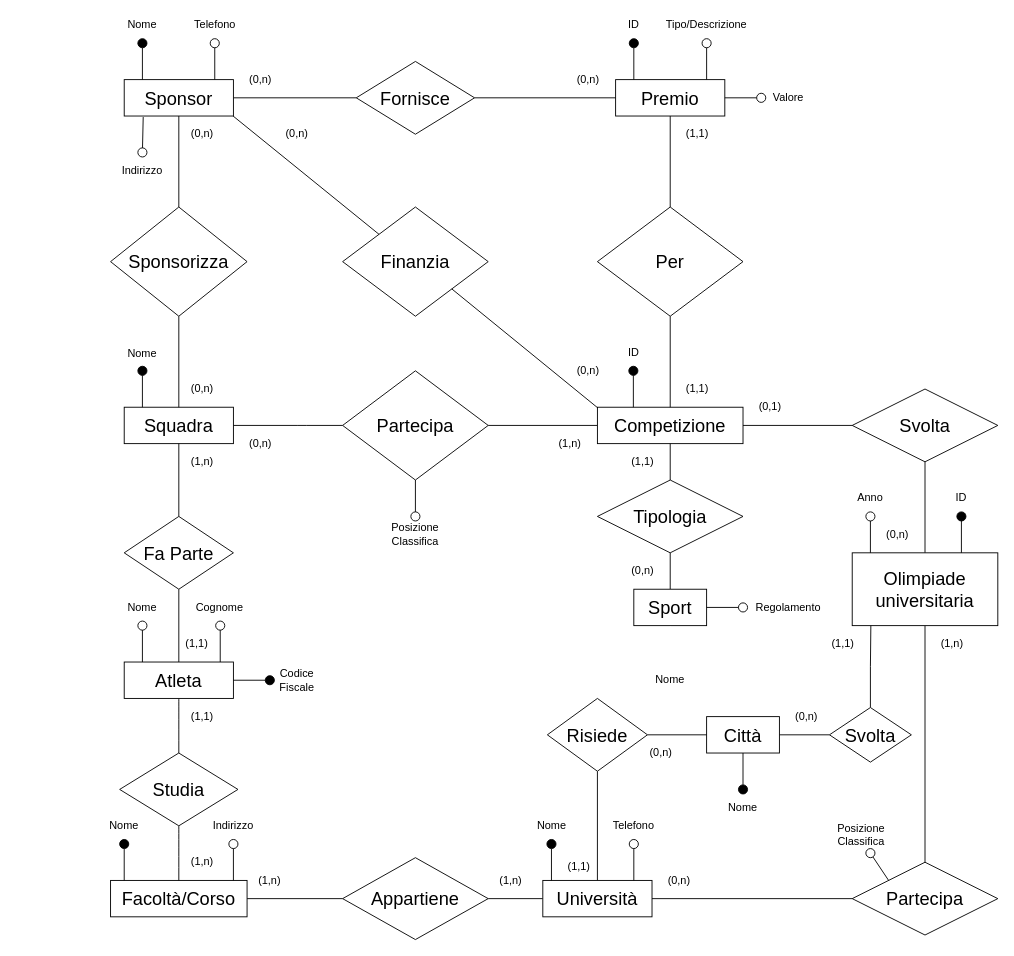
Before: page "Schema E-R" (1 of 3) of Olimpiadi studentesche.drawio in giovannivelludo/database-project, a draw.io diagram. Source tidied: cells renumbered, new cells numbered last; positions are measured from the earlier drawing's top-left corner, leaving out a move shared by most shapes. Both pictures are drawn from the tidied source at 91%, with x=0, y=0 at pixel (106, 15).
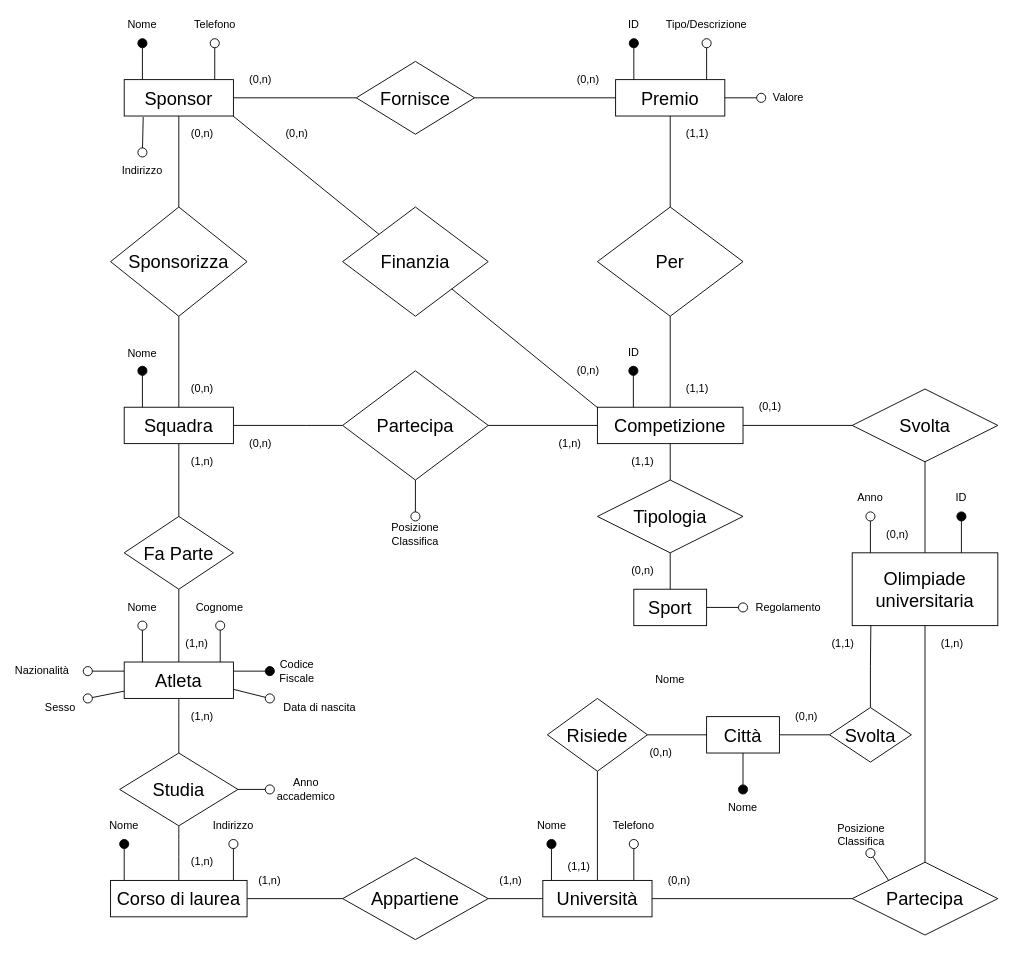
After the change.

The change refers to these unchanged cells:
```xml
<mxCell id="16" value="Atleta" style="rounded=0;whiteSpace=wrap;html=1;fontSize=20;" parent="1" vertex="1">
  <mxGeometry x="20" y="710" width="120" height="40" as="geometry" />
</mxCell>
<mxCell id="61" value="&lt;font style=&quot;font-size: 20px&quot;&gt;Studia&lt;/font&gt;" style="rhombus;whiteSpace=wrap;html=1;rounded=0;shadow=0;glass=0;comic=0;fontSize=12;" parent="1" vertex="1">
  <mxGeometry x="15" y="810" width="130" height="80" as="geometry" />
</mxCell>
```

The edit, as a diff of the source:
```diff
@@
+    <mxCell id="121" style="rounded=1;orthogonalLoop=1;jettySize=auto;html=1;endArrow=oval;endFill=0;endSize=10;" parent="1" edge="1">
+      <mxGeometry relative="1" as="geometry">
+        <mxPoint x="20" y="720" as="sourcePoint" />
+        <mxPoint x="-20" y="720" as="targetPoint" />
+      </mxGeometry>
+    </mxCell>
+    <mxCell id="122" style="edgeStyle=none;rounded=1;jettySize=auto;html=1;exitX=1;exitY=0.75;exitDx=0;exitDy=0;endArrow=oval;endFill=0;endSize=10;" parent="1" edge="1" source="16">
+      <mxGeometry relative="1" as="geometry">
+        <mxPoint x="180" y="750" as="targetPoint" />
+      </mxGeometry>
+    </mxCell>
+    <mxCell id="123" style="edgeStyle=none;rounded=1;jettySize=auto;html=1;endArrow=oval;endFill=0;endSize=10;" parent="1" edge="1" source="16">
+      <mxGeometry relative="1" as="geometry">
+        <mxPoint x="-20" y="750" as="targetPoint" />
+      </mxGeometry>
+    </mxCell>
@@
-    <mxCell id="27" value="(1,1)" style="text;html=1;strokeColor=none;fillColor=none;align=center;verticalAlign=middle;whiteSpace=wrap;rounded=0;" parent="1" vertex="1">
+    <mxCell id="27" value="&lt;div&gt;(1,n)&lt;/div&gt;" style="text;html=1;strokeColor=none;fillColor=none;align=center;verticalAlign=middle;whiteSpace=wrap;rounded=0;" parent="1" vertex="1">
       <mxGeometry x="80" y="680" width="40" height="20" as="geometry" />
     </mxCell>
@@
-    <mxCell id="59" value="&lt;font style=&quot;font-size: 20px&quot;&gt;Facoltà/Corso&lt;/font&gt;" style="rounded=0;whiteSpace=wrap;html=1;shadow=0;glass=0;comic=0;fontSize=12;" parent="1" vertex="1">
+    <mxCell id="59" value="&lt;font style=&quot;font-size: 20px&quot;&gt;Corso di laurea&lt;br&gt;&lt;/font&gt;" style="rounded=0;whiteSpace=wrap;html=1;shadow=0;glass=0;comic=0;fontSize=12;" parent="1" vertex="1">
       <mxGeometry x="5" y="950" width="150" height="40" as="geometry" />
     </mxCell>
@@
+    <mxCell id="124" style="edgeStyle=none;rounded=1;jettySize=auto;html=1;endArrow=oval;endFill=0;endSize=10;" parent="1" edge="1" source="61">
+      <mxGeometry relative="1" as="geometry">
+        <mxPoint x="180" y="850" as="targetPoint" />
+      </mxGeometry>
+    </mxCell>
@@
-    <mxCell id="62" value="(1,1)" style="text;html=1;strokeColor=none;fillColor=none;align=center;verticalAlign=middle;whiteSpace=wrap;rounded=0;shadow=0;glass=0;comic=0;fontSize=12;" parent="1" vertex="1">
+    <mxCell id="62" value="(1,n)" style="text;html=1;strokeColor=none;fillColor=none;align=center;verticalAlign=middle;whiteSpace=wrap;rounded=0;shadow=0;glass=0;comic=0;fontSize=12;" parent="1" vertex="1">
       <mxGeometry x="86" y="760" width="40" height="20" as="geometry" />
     </mxCell>
@@
-    <mxCell id="99" style="endArrow=oval;html=1;endFill=1;endSize=10;exitX=1;exitY=0.5;exitDx=0;exitDy=0;" parent="1" edge="1" source="16">
+    <mxCell id="99" style="endArrow=oval;html=1;endFill=1;endSize=10;exitX=1;exitY=0.5;exitDx=0;exitDy=0;" parent="1" edge="1">
       <mxGeometry relative="1" as="geometry">
-        <mxPoint x="180" y="730" as="targetPoint" />
+        <mxPoint x="140" y="720" as="sourcePoint" />
+        <mxPoint x="180" y="720" as="targetPoint" />
       </mxGeometry>
     </mxCell>
     <mxCell id="100" value="Codice&lt;br&gt;Fiscale" style="text;html=1;strokeColor=none;fillColor=none;align=center;verticalAlign=middle;whiteSpace=wrap;rounded=0;" parent="1" vertex="1">
-      <mxGeometry x="190" y="720" width="40" height="20" as="geometry" />
+      <mxGeometry x="190" y="710" width="40" height="20" as="geometry" />
     </mxCell>
@@
+    <mxCell id="125" value="&lt;div&gt;Nazionalità&lt;/div&gt;" style="text;html=1;strokeColor=none;fillColor=none;align=center;verticalAlign=middle;whiteSpace=wrap;rounded=0;" parent="1" vertex="1">
+      <mxGeometry x="-90" y="710" width="40" height="20" as="geometry" />
+    </mxCell>
+    <mxCell id="126" value="&lt;div&gt;Data di nascita&lt;/div&gt;" style="text;html=1;strokeColor=none;fillColor=none;align=center;verticalAlign=middle;whiteSpace=wrap;rounded=0;" parent="1" vertex="1">
+      <mxGeometry x="190" y="750" width="90" height="20" as="geometry" />
+    </mxCell>
+    <mxCell id="127" value="&lt;div&gt;Sesso&lt;/div&gt;" style="text;html=1;strokeColor=none;fillColor=none;align=center;verticalAlign=middle;whiteSpace=wrap;rounded=0;" parent="1" vertex="1">
+      <mxGeometry x="-70" y="750" width="40" height="20" as="geometry" />
+    </mxCell>
+    <mxCell id="128" value="&lt;div&gt;Anno accademico&lt;/div&gt;" style="text;html=1;strokeColor=none;fillColor=none;align=center;verticalAlign=middle;whiteSpace=wrap;rounded=0;" parent="1" vertex="1">
+      <mxGeometry x="200" y="840" width="40" height="20" as="geometry" />
+    </mxCell>
```
